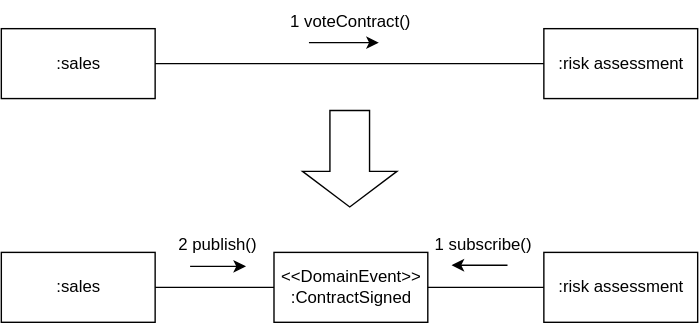
Above: images/domain-driven-refactorings/tactical-for-strategic/replace-method-call-with-event.drawio.svg in hschwentner/hschwentner.io (draw.io), before the change. Source tidied: cells renumbered, new cells last; positions are measured from the earlier drawing's top-left corner, leaving out a move shared by most shapes.
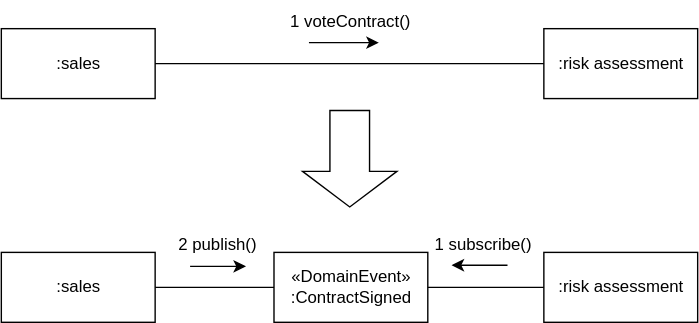
Later version of the same file.

What changed in the source:
```diff
@@ -29,7 +29,7 @@
     <mxCell id="8" value=":sales" style="html=1;" parent="1" vertex="1">
       <mxGeometry y="180" width="110" height="50" as="geometry" />
     </mxCell>
-    <mxCell id="9" value="&amp;lt;&amp;lt;DomainEvent&amp;gt;&amp;gt;&lt;br&gt;:ContractSigned" style="html=1;" parent="1" vertex="1">
+    <mxCell id="9" value="«DomainEvent»&lt;br&gt;:ContractSigned" style="html=1;" parent="1" vertex="1">
       <mxGeometry x="195" y="180" width="110" height="50" as="geometry" />
     </mxCell>
     <mxCell id="10" style="endArrow=none;html=1;exitX=1;exitY=0.5;exitDx=0;exitDy=0;entryX=0;entryY=0.5;entryDx=0;entryDy=0;" parent="1" edge="1" source="8" target="9">
```
